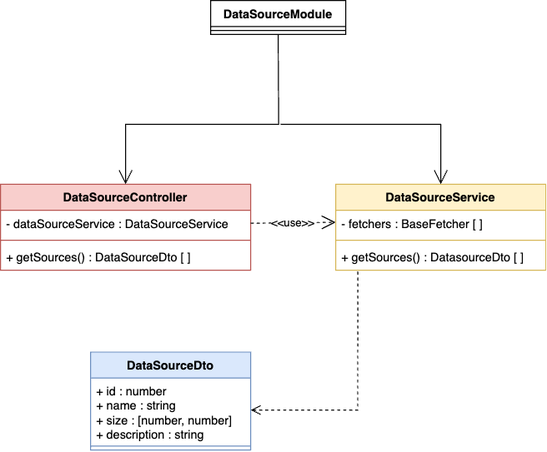
Before: Docs/PB/Generali Esterni/specifica_tecnica/template/images/uml_back/DataSourceModule.png, a diagram exported from draw.io (6BitBusters/6BitBusters.github.io). Source tidied: cells renumbered, new cells last; positions are measured from the earlier drawing's top-left corner, leaving out a move shared by most shapes.
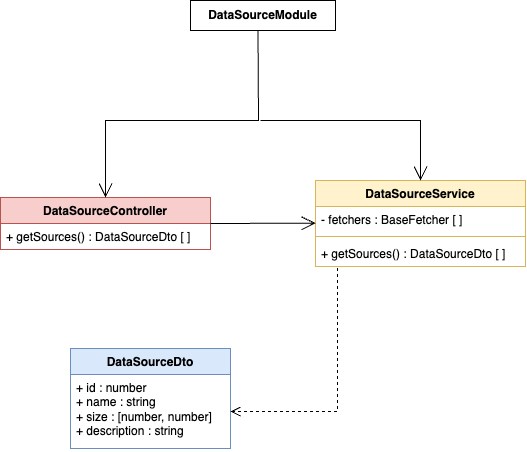
Later version of the same file.

The edit, as a diff of the source:
```diff
@@ -2,72 +2,61 @@
   <root>
     <mxCell id="0" />
     <mxCell id="1" parent="0" />
-    <mxCell id="2" value="DataSourceModule" style="swimlane;fontStyle=1;align=center;verticalAlign=top;horizontal=1;startSize=26;whiteSpace=wrap;html=1;" parent="1" vertex="1">
-      <mxGeometry x="210" width="135" height="34" as="geometry" />
+    <mxCell id="2" value="DataSourceController" style="swimlane;fontStyle=1;align=center;verticalAlign=top;horizontal=1;startSize=26;whiteSpace=wrap;html=1;fillColor=#f8cecc;strokeColor=#b85450;" parent="1" vertex="1">
+      <mxGeometry x="20" y="201" width="210" height="52" as="geometry" />
     </mxCell>
-    <mxCell id="3" style="line;strokeWidth=1;fillColor=none;align=left;verticalAlign=middle;spacingTop=-1;spacingLeft=3;spacingRight=3;labelPosition=right;strokeColor=inherit;" parent="2" vertex="1">
-      <mxGeometry y="26" width="135" height="8" as="geometry" />
+    <mxCell id="3" value="+ getSources() : DataSourceDto [ ]&amp;nbsp;" style="text;strokeColor=none;fillColor=none;align=left;verticalAlign=top;spacingLeft=4;spacingRight=4;overflow=hidden;whiteSpace=wrap;html=1;" parent="2" vertex="1">
+      <mxGeometry y="26" width="210" height="26" as="geometry" />
     </mxCell>
-    <mxCell id="4" value="DataSourceController" style="swimlane;fontStyle=1;align=center;verticalAlign=top;horizontal=1;startSize=26;whiteSpace=wrap;html=1;fillColor=#f8cecc;strokeColor=#b85450;" parent="1" vertex="1">
-      <mxGeometry y="184" width="250" height="86" as="geometry" />
+    <mxCell id="4" value="DataSourceService" style="swimlane;fontStyle=1;align=center;verticalAlign=top;horizontal=1;startSize=26;whiteSpace=wrap;html=1;fillColor=#fff2cc;strokeColor=#d6b656;" parent="1" vertex="1">
+      <mxGeometry x="335" y="184" width="210" height="86" as="geometry" />
     </mxCell>
-    <mxCell id="5" value="- dataSourceService : DataSourceService" style="text;strokeColor=none;fillColor=none;align=left;verticalAlign=top;spacingLeft=4;spacingRight=4;overflow=hidden;points=[[0,0.5],[1,0.5]];portConstraint=eastwest;whiteSpace=wrap;html=1;" parent="4" vertex="1">
-      <mxGeometry y="26" width="250" height="26" as="geometry" />
+    <mxCell id="5" value="- fetchers : BaseFetcher [ ]" style="text;strokeColor=none;fillColor=none;align=left;verticalAlign=top;spacingLeft=4;spacingRight=4;overflow=hidden;points=[[0,0.5],[1,0.5]];portConstraint=eastwest;whiteSpace=wrap;html=1;" parent="4" vertex="1">
+      <mxGeometry y="26" width="210" height="26" as="geometry" />
     </mxCell>
     <mxCell id="6" style="line;strokeWidth=1;fillColor=none;align=left;verticalAlign=middle;spacingTop=-1;spacingLeft=3;spacingRight=3;labelPosition=right;strokeColor=inherit;" parent="4" vertex="1">
-      <mxGeometry y="52" width="250" height="8" as="geometry" />
+      <mxGeometry y="52" width="210" height="8" as="geometry" />
     </mxCell>
-    <mxCell id="7" value="+ getSources() : DataSourceDto [ ]&amp;nbsp;" style="text;strokeColor=none;fillColor=none;align=left;verticalAlign=top;spacingLeft=4;spacingRight=4;overflow=hidden;points=[[0,0.5],[1,0.5]];portConstraint=eastwest;whiteSpace=wrap;html=1;" parent="4" vertex="1">
-      <mxGeometry y="60" width="250" height="26" as="geometry" />
+    <mxCell id="7" value="+ getSources() : DataSourceDto [ ]" style="text;strokeColor=none;fillColor=none;align=left;verticalAlign=top;spacingLeft=4;spacingRight=4;overflow=hidden;points=[[0,0.5],[1,0.5]];portConstraint=eastwest;whiteSpace=wrap;html=1;" parent="4" vertex="1">
+      <mxGeometry y="60" width="210" height="26" as="geometry" />
     </mxCell>
-    <mxCell id="8" value="&amp;lt;&amp;lt;use&amp;gt;&amp;gt;" style="endArrow=open;endSize=12;dashed=1;html=1;rounded=0;entryX=0;entryY=0.5;entryDx=0;entryDy=0;exitX=1;exitY=0.5;exitDx=0;exitDy=0;" parent="1" edge="1" source="5">
+    <mxCell id="8" style="endArrow=open;endFill=1;endSize=12;html=1;rounded=0;entryX=0.5;entryY=0;entryDx=0;entryDy=0;exitX=0.5;exitY=1;exitDx=0;exitDy=0;" parent="1" edge="1" target="2">
       <mxGeometry relative="1" as="geometry">
-        <mxPoint x="335" y="222" as="targetPoint" />
+        <mxPoint x="277.5" y="34" as="sourcePoint" />
+        <Array as="points">
+          <mxPoint x="278" y="124" />
+          <mxPoint x="125" y="124" />
+        </Array>
       </mxGeometry>
     </mxCell>
-    <mxCell id="9" value="DataSourceService" style="swimlane;fontStyle=1;align=center;verticalAlign=top;horizontal=1;startSize=26;whiteSpace=wrap;html=1;fillColor=#fff2cc;strokeColor=#d6b656;" parent="1" vertex="1">
-      <mxGeometry x="335" y="184" width="210" height="86" as="geometry" />
+    <mxCell id="9" style="endArrow=open;endFill=1;endSize=12;html=1;rounded=0;entryX=0.5;entryY=0;entryDx=0;entryDy=0;" parent="1" edge="1" target="4">
+      <mxGeometry relative="1" as="geometry">
+        <mxPoint x="280" y="124" as="sourcePoint" />
+        <Array as="points">
+          <mxPoint x="440" y="124" />
+        </Array>
+      </mxGeometry>
     </mxCell>
-    <mxCell id="10" value="- fetchers : BaseFetcher [ ]" style="text;strokeColor=none;fillColor=none;align=left;verticalAlign=top;spacingLeft=4;spacingRight=4;overflow=hidden;whiteSpace=wrap;html=1;" parent="9" vertex="1">
-      <mxGeometry y="26" width="210" height="26" as="geometry" />
+    <mxCell id="10" value="DataSourceDto" style="swimlane;fontStyle=1;align=center;verticalAlign=top;horizontal=1;startSize=26;whiteSpace=wrap;html=1;fillColor=#dae8fc;strokeColor=#6c8ebf;" parent="1" vertex="1">
+      <mxGeometry x="90" y="352" width="160" height="100" as="geometry" />
     </mxCell>
-    <mxCell id="11" style="line;strokeWidth=1;fillColor=none;align=left;verticalAlign=middle;spacingTop=-1;spacingLeft=3;spacingRight=3;labelPosition=right;points=[];portConstraint=eastwest;strokeColor=inherit;" parent="9" vertex="1">
-      <mxGeometry y="52" width="210" height="8" as="geometry" />
+    <mxCell id="11" value="+ id : number&lt;div&gt;+ name : string&lt;/div&gt;&lt;div&gt;+ size : [number, number]&lt;/div&gt;&lt;div&gt;+ description : string&lt;/div&gt;" style="text;strokeColor=none;fillColor=none;align=left;verticalAlign=top;spacingLeft=4;spacingRight=4;overflow=hidden;points=[[0,0.5],[1,0.5]];portConstraint=eastwest;whiteSpace=wrap;html=1;" parent="10" vertex="1">
+      <mxGeometry y="26" width="160" height="74" as="geometry" />
     </mxCell>
-    <mxCell id="12" value="+ getSources() : DatasourceDto [ ]" style="text;strokeColor=none;fillColor=none;align=left;verticalAlign=top;spacingLeft=4;spacingRight=4;overflow=hidden;points=[[0,0.5],[1,0.5]];portConstraint=eastwest;whiteSpace=wrap;html=1;" parent="9" vertex="1">
-      <mxGeometry y="60" width="210" height="26" as="geometry" />
+    <mxCell id="12" style="html=1;verticalAlign=bottom;endArrow=open;dashed=1;endSize=8;curved=0;rounded=0;entryX=1;entryY=0.5;entryDx=0;entryDy=0;exitX=0.105;exitY=1.056;exitDx=0;exitDy=0;exitPerimeter=0;" parent="1" edge="1" source="7" target="11">
+      <mxGeometry relative="1" as="geometry">
+        <Array as="points">
+          <mxPoint x="357" y="415" />
+        </Array>
+      </mxGeometry>
     </mxCell>
-    <mxCell id="13" style="endArrow=open;endFill=1;endSize=12;html=1;rounded=0;entryX=0.5;entryY=0;entryDx=0;entryDy=0;exitX=0.5;exitY=1;exitDx=0;exitDy=0;" parent="1" edge="1" source="2" target="4">
-      <mxGeometry relative="1" as="geometry">
-        <Array as="points">
-          <mxPoint x="278" y="124" />
-          <mxPoint x="125" y="124" />
-        </Array>
-      </mxGeometry>
+    <mxCell id="13" value="&lt;span style=&quot;font-weight: 700;&quot;&gt;DataSourceModule&lt;/span&gt;" style="html=1;whiteSpace=wrap;" parent="1" vertex="1">
+      <mxGeometry x="210" y="4" width="145" height="30" as="geometry" />
     </mxCell>
-    <mxCell id="14" style="endArrow=open;endFill=1;endSize=12;html=1;rounded=0;entryX=0.5;entryY=0;entryDx=0;entryDy=0;" parent="1" edge="1" target="9">
+    <mxCell id="14" style="endArrow=open;endFill=1;endSize=12;html=1;rounded=0;exitX=1;exitY=0.5;exitDx=0;exitDy=0;" parent="1" edge="1" source="2">
       <mxGeometry relative="1" as="geometry">
-        <mxPoint x="280" y="124" as="sourcePoint" />
-        <Array as="points">
-          <mxPoint x="440" y="124" />
-        </Array>
+        <mxPoint x="335" y="226.7" as="targetPoint" />
       </mxGeometry>
     </mxCell>
-    <mxCell id="15" value="DataSourceDto" style="swimlane;fontStyle=1;align=center;verticalAlign=top;horizontal=1;startSize=26;whiteSpace=wrap;html=1;fillColor=#dae8fc;strokeColor=#6c8ebf;" parent="1" vertex="1">
-      <mxGeometry x="90" y="352" width="160" height="98" as="geometry" />
-    </mxCell>
-    <mxCell id="16" value="+ id : number&lt;div&gt;+ name : string&lt;/div&gt;&lt;div&gt;+ size : [number, number]&lt;/div&gt;&lt;div&gt;+ description : string&lt;/div&gt;" style="text;strokeColor=none;fillColor=none;align=left;verticalAlign=top;spacingLeft=4;spacingRight=4;overflow=hidden;points=[[0,0.5],[1,0.5]];portConstraint=eastwest;whiteSpace=wrap;html=1;" parent="15" vertex="1">
-      <mxGeometry y="26" width="160" height="64" as="geometry" />
-    </mxCell>
-    <mxCell id="17" style="line;strokeWidth=1;fillColor=none;align=left;verticalAlign=middle;spacingTop=-1;spacingLeft=3;spacingRight=3;labelPosition=right;strokeColor=inherit;" parent="15" vertex="1">
-      <mxGeometry y="90" width="160" height="8" as="geometry" />
-    </mxCell>
-    <mxCell id="18" style="html=1;verticalAlign=bottom;endArrow=open;dashed=1;endSize=8;curved=0;rounded=0;entryX=1;entryY=0.5;entryDx=0;entryDy=0;exitX=0.105;exitY=1.056;exitDx=0;exitDy=0;exitPerimeter=0;" parent="1" edge="1" source="12" target="16">
-      <mxGeometry relative="1" as="geometry">
-        <Array as="points">
-          <mxPoint x="357" y="410" />
-        </Array>
-      </mxGeometry>
-    </mxCell>
   </root>
 </mxGraphModel>
```
